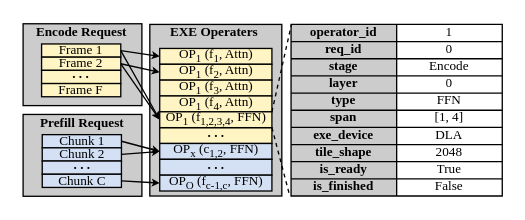
icszhr/hermes keeps this draw.io diagram as figures/design_tile.drawio. Above is the earlier version. Source tidied: cells renumbered, new cells numbered last; positions are measured from the earlier drawing's top-left corner, leaving out a move shared by most shapes. Both pictures are drawn from the tidied source at 132%, with x=0, y=0 at pixel (21, 24).
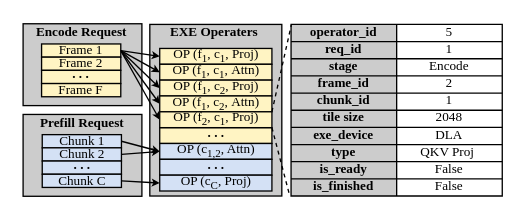
After the change.

The change refers to these unchanged cells:
```xml
<mxCell id="27" style="shape=tableRow;horizontal=0;startSize=0;swimlaneHead=0;swimlaneBody=0;strokeColor=inherit;top=0;left=0;bottom=0;right=0;fillColor=none;points=[[0,0.5],[1,0.5]];portConstraint=eastwest;fontFamily=Times New Roman;spacingBottom=0;spacingTop=-3;fontSize=10;" parent="26" vertex="1">
  <mxGeometry width="160" height="13" as="geometry" />
</mxCell>
<mxCell id="30" style="shape=tableRow;horizontal=0;startSize=0;swimlaneHead=0;swimlaneBody=0;strokeColor=inherit;top=0;left=0;bottom=0;right=0;fillColor=none;fontFamily=Times New Roman;spacingBottom=0;spacingTop=-3;fontSize=10;" parent="26" vertex="1">
  <mxGeometry y="13" width="160" height="13" as="geometry" />
</mxCell>
<mxCell id="36" style="shape=tableRow;horizontal=0;startSize=0;swimlaneHead=0;swimlaneBody=0;strokeColor=inherit;top=0;left=0;bottom=0;right=0;fillColor=none;fontFamily=Times New Roman;spacingBottom=0;spacingTop=-3;fontSize=10;" parent="26" vertex="1">
  <mxGeometry y="39" width="160" height="13" as="geometry" />
</mxCell>
<mxCell id="39" style="shape=tableRow;horizontal=0;startSize=0;swimlaneHead=0;swimlaneBody=0;strokeColor=inherit;top=0;left=0;bottom=0;right=0;fillColor=none;fontFamily=Times New Roman;spacingBottom=0;spacingTop=-3;fontSize=10;" parent="26" vertex="1">
  <mxGeometry y="52" width="160" height="13" as="geometry" />
</mxCell>
<mxCell id="42" style="shape=tableRow;horizontal=0;startSize=0;swimlaneHead=0;swimlaneBody=0;strokeColor=inherit;top=0;left=0;bottom=0;right=0;fillColor=none;fontFamily=Times New Roman;spacingBottom=0;spacingTop=-3;fontSize=10;" parent="26" vertex="1">
  <mxGeometry y="65" width="160" height="13" as="geometry" />
</mxCell>
<mxCell id="48" style="shape=tableRow;horizontal=0;startSize=0;swimlaneHead=0;swimlaneBody=0;strokeColor=inherit;top=0;left=0;bottom=0;right=0;fillColor=none;fontFamily=Times New Roman;spacingBottom=0;spacingTop=-3;fontSize=10;" parent="26" vertex="1">
  <mxGeometry y="91" width="160" height="13" as="geometry" />
</mxCell>
<mxCell id="51" style="shape=tableRow;horizontal=0;startSize=0;swimlaneHead=0;swimlaneBody=0;strokeColor=inherit;top=0;left=0;bottom=0;right=0;fillColor=none;fontFamily=Times New Roman;spacingBottom=0;spacingTop=-3;fontSize=10;" parent="26" vertex="1">
  <mxGeometry y="104" width="160" height="13" as="geometry" />
</mxCell>
<mxCell id="66" value="Frame 1" style="rounded=0;whiteSpace=wrap;html=1;fillColor=#FFF4C3;fontFamily=Times New Roman;fontSize=10;spacingTop=-1;" parent="1" vertex="1">
  <mxGeometry x="15" y="14.8" width="60" height="10" as="geometry" />
</mxCell>
<mxCell id="69" value="Frame 2" style="rounded=0;whiteSpace=wrap;html=1;fillColor=#FFF4C3;fontFamily=Times New Roman;fontSize=10;spacingTop=-1;" parent="1" vertex="1">
  <mxGeometry x="15" y="24.8" width="60" height="10" as="geometry" />
</mxCell>
```

The edit, as a diff of the source:
```diff
@@
-    <mxCell id="29" value="1" style="shape=partialRectangle;html=1;whiteSpace=wrap;strokeColor=inherit;overflow=hidden;fillColor=none;top=0;left=0;bottom=0;right=0;fontFamily=Times New Roman;spacingBottom=0;spacingTop=-3;fontSize=10;" parent="27" vertex="1">
+    <mxCell id="29" value="5" style="shape=partialRectangle;html=1;whiteSpace=wrap;strokeColor=inherit;overflow=hidden;fillColor=none;top=0;left=0;bottom=0;right=0;fontFamily=Times New Roman;spacingBottom=0;spacingTop=-3;fontSize=10;" parent="27" vertex="1">
       <mxGeometry x="80" width="80" height="13" as="geometry" />
     </mxCell>
@@
-    <mxCell id="32" value="0" style="shape=partialRectangle;html=1;whiteSpace=wrap;strokeColor=inherit;overflow=hidden;fillColor=none;top=0;left=0;bottom=0;right=0;fontFamily=Times New Roman;spacingBottom=0;spacingTop=-3;fontSize=10;" parent="30" vertex="1">
+    <mxCell id="32" value="1" style="shape=partialRectangle;html=1;whiteSpace=wrap;strokeColor=inherit;overflow=hidden;fillColor=none;top=0;left=0;bottom=0;right=0;fontFamily=Times New Roman;spacingBottom=0;spacingTop=-3;fontSize=10;" parent="30" vertex="1">
       <mxGeometry x="80" width="80" height="13" as="geometry" />
     </mxCell>
@@
-    <mxCell id="37" value="layer" style="shape=partialRectangle;html=1;whiteSpace=wrap;strokeColor=inherit;overflow=hidden;fillColor=none;top=0;left=0;bottom=0;right=0;fontFamily=Times New Roman;spacingBottom=0;spacingTop=-3;fontSize=10;fontStyle=1;" parent="36" vertex="1">
+    <mxCell id="37" value="frame_id" style="shape=partialRectangle;html=1;whiteSpace=wrap;strokeColor=inherit;overflow=hidden;fillColor=none;top=0;left=0;bottom=0;right=0;fontFamily=Times New Roman;spacingBottom=0;spacingTop=-3;fontSize=10;fontStyle=1;" parent="36" vertex="1">
       <mxGeometry width="80" height="13" as="geometry" />
     </mxCell>
-    <mxCell id="38" value="0" style="shape=partialRectangle;html=1;whiteSpace=wrap;strokeColor=inherit;overflow=hidden;fillColor=none;top=0;left=0;bottom=0;right=0;fontFamily=Times New Roman;spacingBottom=0;spacingTop=-3;fontSize=10;" parent="36" vertex="1">
+    <mxCell id="38" value="2" style="shape=partialRectangle;html=1;whiteSpace=wrap;strokeColor=inherit;overflow=hidden;fillColor=none;top=0;left=0;bottom=0;right=0;fontFamily=Times New Roman;spacingBottom=0;spacingTop=-3;fontSize=10;" parent="36" vertex="1">
       <mxGeometry x="80" width="80" height="13" as="geometry" />
     </mxCell>
@@
-    <mxCell id="40" value="type" style="shape=partialRectangle;html=1;whiteSpace=wrap;strokeColor=inherit;overflow=hidden;fillColor=none;top=0;left=0;bottom=0;right=0;fontFamily=Times New Roman;spacingBottom=0;spacingTop=-3;fontSize=10;fontStyle=1;" parent="39" vertex="1">
+    <mxCell id="40" value="chunk_id" style="shape=partialRectangle;html=1;whiteSpace=wrap;strokeColor=inherit;overflow=hidden;fillColor=none;top=0;left=0;bottom=0;right=0;fontFamily=Times New Roman;spacingBottom=0;spacingTop=-3;fontSize=10;fontStyle=1;" parent="39" vertex="1">
       <mxGeometry width="80" height="13" as="geometry" />
     </mxCell>
-    <mxCell id="41" value="FFN" style="shape=partialRectangle;html=1;whiteSpace=wrap;strokeColor=inherit;overflow=hidden;fillColor=none;top=0;left=0;bottom=0;right=0;fontFamily=Times New Roman;spacingBottom=0;spacingTop=-3;fontSize=10;" parent="39" vertex="1">
+    <mxCell id="41" value="1" style="shape=partialRectangle;html=1;whiteSpace=wrap;strokeColor=inherit;overflow=hidden;fillColor=none;top=0;left=0;bottom=0;right=0;fontFamily=Times New Roman;spacingBottom=0;spacingTop=-3;fontSize=10;" parent="39" vertex="1">
       <mxGeometry x="80" width="80" height="13" as="geometry" />
     </mxCell>
@@
-    <mxCell id="43" value="span" style="shape=partialRectangle;html=1;whiteSpace=wrap;strokeColor=inherit;overflow=hidden;fillColor=none;top=0;left=0;bottom=0;right=0;fontFamily=Times New Roman;spacingBottom=0;spacingTop=-3;fontSize=10;fontStyle=1;" parent="42" vertex="1">
+    <mxCell id="43" value="tile size" style="shape=partialRectangle;html=1;whiteSpace=wrap;strokeColor=inherit;overflow=hidden;fillColor=none;top=0;left=0;bottom=0;right=0;fontFamily=Times New Roman;spacingBottom=0;spacingTop=-3;fontSize=10;fontStyle=1;" parent="42" vertex="1">
       <mxGeometry width="80" height="13" as="geometry" />
     </mxCell>
-    <mxCell id="44" value="[1, 4]" style="shape=partialRectangle;html=1;whiteSpace=wrap;strokeColor=inherit;overflow=hidden;fillColor=none;top=0;left=0;bottom=0;right=0;fontFamily=Times New Roman;spacingBottom=0;spacingTop=-3;fontSize=10;" parent="42" vertex="1">
+    <mxCell id="44" value="2048" style="shape=partialRectangle;html=1;whiteSpace=wrap;strokeColor=inherit;overflow=hidden;fillColor=none;top=0;left=0;bottom=0;right=0;fontFamily=Times New Roman;spacingBottom=0;spacingTop=-3;fontSize=10;" parent="42" vertex="1">
       <mxGeometry x="80" width="80" height="13" as="geometry" />
     </mxCell>
@@
-    <mxCell id="49" value="tile_shape" style="shape=partialRectangle;html=1;whiteSpace=wrap;strokeColor=inherit;overflow=hidden;fillColor=none;top=0;left=0;bottom=0;right=0;fontFamily=Times New Roman;spacingBottom=0;spacingTop=-3;fontSize=10;fontStyle=1;" parent="48" vertex="1">
+    <mxCell id="49" value="type" style="shape=partialRectangle;html=1;whiteSpace=wrap;strokeColor=inherit;overflow=hidden;fillColor=none;top=0;left=0;bottom=0;right=0;fontFamily=Times New Roman;spacingBottom=0;spacingTop=-3;fontSize=10;fontStyle=1;" parent="48" vertex="1">
       <mxGeometry width="80" height="13" as="geometry" />
     </mxCell>
-    <mxCell id="50" value="2048" style="shape=partialRectangle;html=1;whiteSpace=wrap;strokeColor=inherit;overflow=hidden;fillColor=none;top=0;left=0;bottom=0;right=0;fontFamily=Times New Roman;spacingBottom=0;spacingTop=-3;fontSize=10;" parent="48" vertex="1">
+    <mxCell id="50" value="QKV Proj&amp;nbsp;" style="shape=partialRectangle;html=1;whiteSpace=wrap;strokeColor=inherit;overflow=hidden;fillColor=none;top=0;left=0;bottom=0;right=0;fontFamily=Times New Roman;spacingBottom=0;spacingTop=-3;fontSize=10;" parent="48" vertex="1">
       <mxGeometry x="80" width="80" height="13" as="geometry" />
     </mxCell>
@@
-    <mxCell id="53" value="True" style="shape=partialRectangle;html=1;whiteSpace=wrap;strokeColor=inherit;overflow=hidden;fillColor=none;top=0;left=0;bottom=0;right=0;fontFamily=Times New Roman;spacingBottom=0;spacingTop=-3;fontSize=10;" parent="51" vertex="1">
+    <mxCell id="53" value="False" style="shape=partialRectangle;html=1;whiteSpace=wrap;strokeColor=inherit;overflow=hidden;fillColor=none;top=0;left=0;bottom=0;right=0;fontFamily=Times New Roman;spacingBottom=0;spacingTop=-3;fontSize=10;" parent="51" vertex="1">
       <mxGeometry x="80" width="80" height="13" as="geometry" />
     </mxCell>
@@
+    <mxCell id="84" style="rounded=0;jettySize=auto;html=1;exitX=1;exitY=0.5;exitDx=0;exitDy=0;entryX=0;entryY=0.5;entryDx=0;entryDy=0;endSize=3;" parent="1" edge="1" source="66" target="78">
+      <mxGeometry relative="1" as="geometry" />
+    </mxCell>
+    <mxCell id="85" style="rounded=0;jettySize=auto;html=1;exitX=1;exitY=0.5;exitDx=0;exitDy=0;entryX=0;entryY=0.5;entryDx=0;entryDy=0;endSize=3;" parent="1" edge="1" source="66" target="79">
+      <mxGeometry relative="1" as="geometry" />
+    </mxCell>
@@
-    <mxCell id="67" style="rounded=0;jettySize=auto;html=1;exitX=1;exitY=0.5;exitDx=0;exitDy=0;entryX=0;entryY=0.5;entryDx=0;entryDy=0;endSize=3;" parent="1" edge="1" source="69" target="77">
-      <mxGeometry relative="1" as="geometry" />
-    </mxCell>
-    <mxCell id="68" style="rounded=0;jettySize=auto;html=1;exitX=1;exitY=0.5;exitDx=0;exitDy=0;entryX=0;entryY=0.5;entryDx=0;entryDy=0;endSize=3;" parent="1" edge="1" source="69" target="80">
+    <mxCell id="68" style="rounded=0;jettySize=auto;html=1;exitX=1;exitY=0.5;exitDx=0;exitDy=0;entryX=0;entryY=0.5;entryDx=0;entryDy=0;endSize=3;" parent="1" edge="1" source="66" target="77">
       <mxGeometry relative="1" as="geometry" />
     </mxCell>
@@
-    <mxCell id="72" value="OP&lt;sub&gt;1&lt;/sub&gt;&amp;nbsp;(f&lt;sub&gt;1&lt;/sub&gt;, Attn)" style="rounded=0;whiteSpace=wrap;html=1;fillColor=#FFF4C3;fontFamily=Times New Roman;fontSize=10;" parent="1" vertex="1">
+    <mxCell id="72" value="OP (f&lt;sub&gt;1&lt;/sub&gt;, c&lt;sub&gt;1&lt;/sub&gt;,&amp;nbsp;Proj)" style="rounded=0;whiteSpace=wrap;html=1;fillColor=#FFF4C3;fontFamily=Times New Roman;fontSize=10;" parent="1" vertex="1">
       <mxGeometry x="104.5" y="18.2" width="85" height="12" as="geometry" />
     </mxCell>
@@
-    <mxCell id="74" value="OP&lt;sub&gt;x&lt;/sub&gt;&amp;nbsp;(c&lt;sub&gt;1,2&lt;/sub&gt;, FFN)" style="rounded=0;whiteSpace=wrap;html=1;fillColor=#D4E1F5;fontFamily=Times New Roman;fontSize=10;" parent="1" vertex="1">
+    <mxCell id="74" value="OP&lt;span style=&quot;font-size: 8.33333px;&quot;&gt; &lt;/span&gt;(c&lt;sub&gt;1,2&lt;/sub&gt;, Attn)" style="rounded=0;whiteSpace=wrap;html=1;fillColor=#D4E1F5;fontFamily=Times New Roman;fontSize=10;" parent="1" vertex="1">
       <mxGeometry x="104.5" y="90.2" width="85" height="12" as="geometry" />
     </mxCell>
@@
-    <mxCell id="76" value="OP&lt;sub&gt;O&lt;/sub&gt;&amp;nbsp;(f&lt;sub&gt;c-1,c&lt;/sub&gt;, FFN)" style="rounded=0;whiteSpace=wrap;html=1;fillColor=#D4E1F5;fontFamily=Times New Roman;fontSize=10;" parent="1" vertex="1">
+    <mxCell id="76" value="OP&lt;span style=&quot;font-size: 8.33333px;&quot;&gt; &lt;/span&gt;(c&lt;sub&gt;C&lt;/sub&gt;, Proj)" style="rounded=0;whiteSpace=wrap;html=1;fillColor=#D4E1F5;fontFamily=Times New Roman;fontSize=10;" parent="1" vertex="1">
       <mxGeometry x="104.5" y="114.2" width="85" height="12" as="geometry" />
     </mxCell>
-    <mxCell id="77" value="OP&lt;sub&gt;1&lt;/sub&gt;&amp;nbsp;(f&lt;sub&gt;2&lt;/sub&gt;, Attn)" style="rounded=0;whiteSpace=wrap;html=1;fillColor=#FFF4C3;fontFamily=Times New Roman;fontSize=10;" parent="1" vertex="1">
+    <mxCell id="77" value="OP (f&lt;sub&gt;1&lt;/sub&gt;, c&lt;sub&gt;1&lt;/sub&gt;,&amp;nbsp;Attn)" style="rounded=0;whiteSpace=wrap;html=1;fillColor=#FFF4C3;fontFamily=Times New Roman;fontSize=10;" parent="1" vertex="1">
       <mxGeometry x="104.5" y="30.2" width="85" height="12" as="geometry" />
     </mxCell>
-    <mxCell id="78" value="OP&lt;sub&gt;1&lt;/sub&gt;&amp;nbsp;(f&lt;sub&gt;3&lt;/sub&gt;, Attn)" style="rounded=0;whiteSpace=wrap;html=1;fillColor=#FFF4C3;fontFamily=Times New Roman;fontSize=10;" parent="1" vertex="1">
+    <mxCell id="78" value="OP (f&lt;sub&gt;1&lt;/sub&gt;, c&lt;sub&gt;2&lt;/sub&gt;,&amp;nbsp;Proj)" style="rounded=0;whiteSpace=wrap;html=1;fillColor=#FFF4C3;fontFamily=Times New Roman;fontSize=10;" parent="1" vertex="1">
       <mxGeometry x="104.5" y="42.2" width="85" height="12" as="geometry" />
     </mxCell>
-    <mxCell id="79" value="OP&lt;sub&gt;1&lt;/sub&gt;&amp;nbsp;(f&lt;sub&gt;4&lt;/sub&gt;, Attn)" style="rounded=0;whiteSpace=wrap;html=1;fillColor=#FFF4C3;fontFamily=Times New Roman;fontSize=10;" parent="1" vertex="1">
+    <mxCell id="79" value="OP (f&lt;sub&gt;1&lt;/sub&gt;, c&lt;sub&gt;2&lt;/sub&gt;,&amp;nbsp;Attn)" style="rounded=0;whiteSpace=wrap;html=1;fillColor=#FFF4C3;fontFamily=Times New Roman;fontSize=10;" parent="1" vertex="1">
       <mxGeometry x="104.5" y="54.2" width="85" height="12" as="geometry" />
     </mxCell>
-    <mxCell id="80" value="OP&lt;sub&gt;1&lt;/sub&gt;&amp;nbsp;(f&lt;sub&gt;1,2,3,4&lt;/sub&gt;, FFN)" style="rounded=0;whiteSpace=wrap;html=1;fillColor=#FFF4C3;fontFamily=Times New Roman;fontSize=10;" parent="1" vertex="1">
+    <mxCell id="80" value="OP (f&lt;sub&gt;2&lt;/sub&gt;, c&lt;sub&gt;1&lt;/sub&gt;,&amp;nbsp;Proj)" style="rounded=0;whiteSpace=wrap;html=1;fillColor=#FFF4C3;fontFamily=Times New Roman;fontSize=10;" parent="1" vertex="1">
       <mxGeometry x="104.5" y="66.2" width="85" height="12" as="geometry" />
     </mxCell>
```
